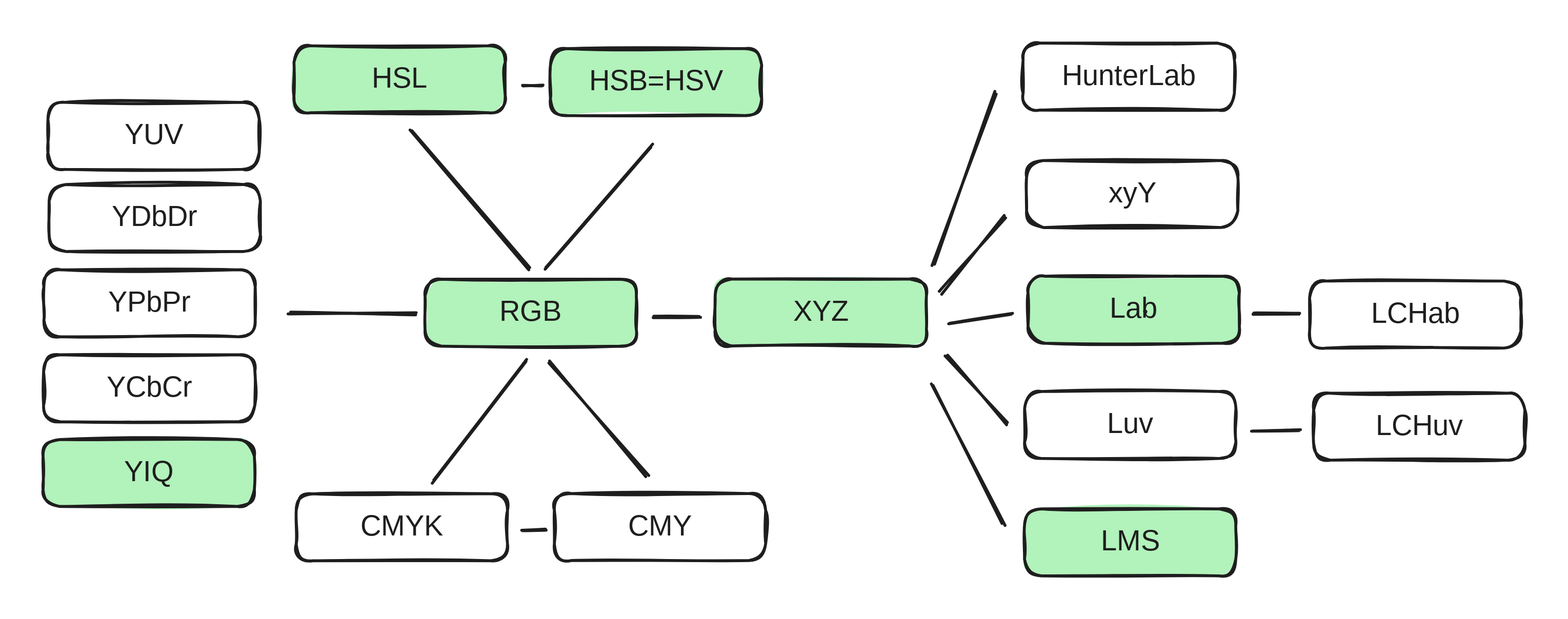
This is .gitbook/assets/file.excalidraw.svg from CharlesShan-hub/PKM-BOOK, a Excalidraw export, as it was before one commit. Source tidied: one line per element, renumbered; positions are measured from the earlier drawing's top-left corner, leaving out a move shared by most shapes.
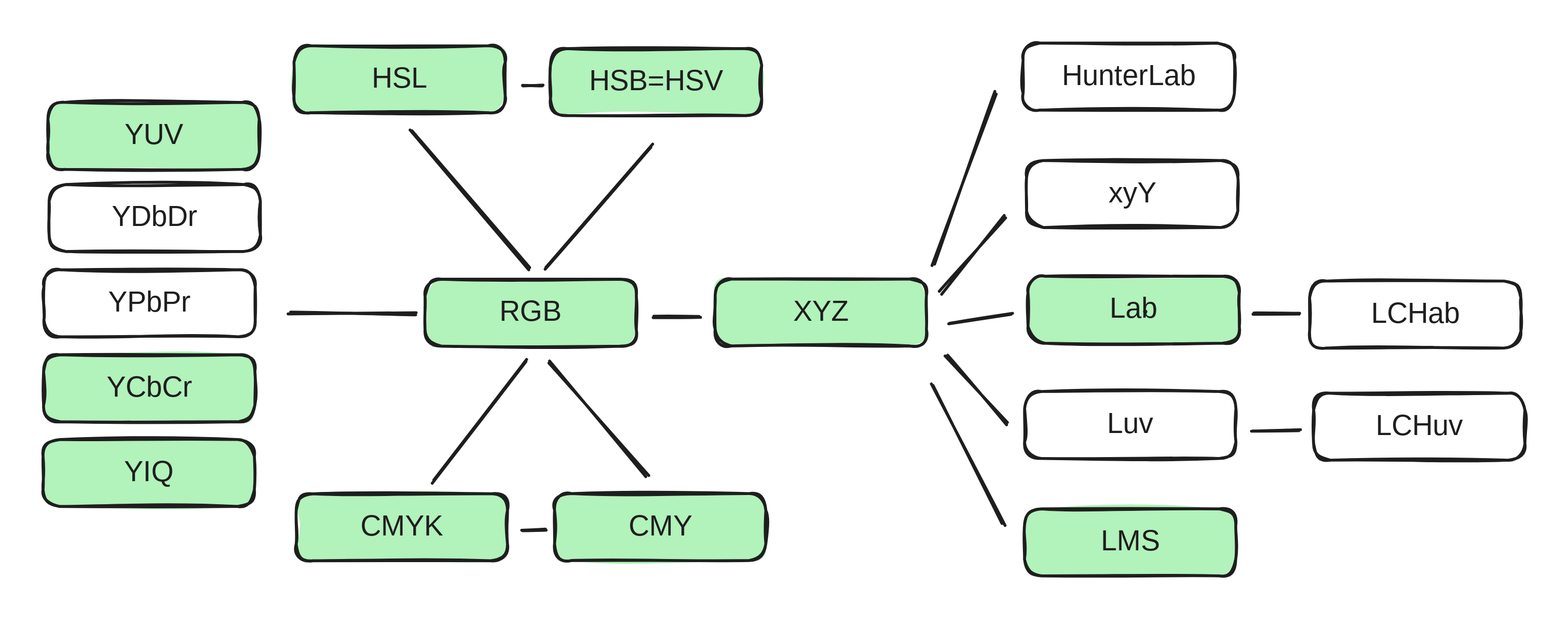
Later version of the same file.

The edit, as a diff of the source:
```diff
@@ -21,20 +21,20 @@
 {"id": 20, "type": "text", "text": "HSB=HSV", "strokeColor": "#1e1e1e", "strokeWidth": 2, "roughness": 1, "fontSize": 20, "fontFamily": 1, "textAlign": "center", "verticalAlign": "middle", "inside": 19, "x": 385, "y": 15, "width": 84, "height": 25}
 {"id": 21, "type": "rectangle", "strokeColor": "#1e1e1e", "backgroundColor": "#b2f2bb", "fillStyle": "solid", "strokeWidth": 2, "roughness": 1, "round": true, "x": 175, "y": 2, "width": 147, "height": 47}
 {"id": 22, "type": "text", "text": "HSL", "strokeColor": "#1e1e1e", "strokeWidth": 2, "roughness": 1, "fontSize": 20, "fontFamily": 1, "textAlign": "center", "verticalAlign": "middle", "inside": 21, "x": 231, "y": 13, "width": 35, "height": 25}
-{"id": 23, "type": "rectangle", "strokeColor": "#1e1e1e", "strokeWidth": 2, "roughness": 1, "round": true, "x": 3, "y": 41, "width": 147, "height": 47}
+{"id": 23, "type": "rectangle", "strokeColor": "#1e1e1e", "backgroundColor": "#b2f2bb", "fillStyle": "solid", "strokeWidth": 2, "roughness": 1, "round": true, "x": 3, "y": 41, "width": 147, "height": 47}
 {"id": 24, "type": "text", "text": "YUV", "strokeColor": "#1e1e1e", "strokeWidth": 2, "roughness": 1, "fontSize": 20, "fontFamily": 1, "textAlign": "center", "verticalAlign": "middle", "inside": 23, "x": 59, "y": 52, "width": 35, "height": 25}
 {"id": 25, "type": "rectangle", "strokeColor": "#1e1e1e", "strokeWidth": 2, "roughness": 1, "round": true, "x": 4, "y": 99, "width": 147, "height": 47}
 {"id": 26, "type": "text", "text": "YDbDr", "strokeColor": "#1e1e1e", "strokeWidth": 2, "roughness": 1, "fontSize": 20, "fontFamily": 1, "textAlign": "center", "verticalAlign": "middle", "inside": 25, "x": 48, "y": 109, "width": 60, "height": 25}
 {"id": 27, "type": "rectangle", "strokeColor": "#1e1e1e", "strokeWidth": 2, "roughness": 1, "round": true, "x": 1, "y": 158, "width": 147, "height": 47}
 {"id": 28, "type": "text", "text": "YPbPr", "strokeColor": "#1e1e1e", "strokeWidth": 2, "roughness": 1, "fontSize": 20, "fontFamily": 1, "textAlign": "center", "verticalAlign": "middle", "inside": 27, "x": 46, "y": 169, "width": 56, "height": 25}
-{"id": 29, "type": "rectangle", "strokeColor": "#1e1e1e", "strokeWidth": 2, "roughness": 1, "round": true, "x": 0, "y": 217, "width": 147, "height": 47}
+{"id": 29, "type": "rectangle", "strokeColor": "#1e1e1e", "backgroundColor": "#b2f2bb", "fillStyle": "solid", "strokeWidth": 2, "roughness": 1, "round": true, "x": 0, "y": 217, "width": 147, "height": 47}
 {"id": 30, "type": "text", "text": "YCbCr", "strokeColor": "#1e1e1e", "strokeWidth": 2, "roughness": 1, "fontSize": 20, "fontFamily": 1, "textAlign": "center", "verticalAlign": "middle", "inside": 29, "x": 47, "y": 228, "width": 55, "height": 25}
 {"id": 31, "type": "rectangle", "strokeColor": "#1e1e1e", "backgroundColor": "#b2f2bb", "fillStyle": "solid", "strokeWidth": 2, "roughness": 1, "round": true, "x": 0, "y": 276, "width": 147, "height": 47}
 {"id": 32, "type": "text", "text": "YIQ", "strokeColor": "#1e1e1e", "strokeWidth": 2, "roughness": 1, "fontSize": 20, "fontFamily": 1, "textAlign": "center", "verticalAlign": "middle", "inside": 31, "x": 56, "y": 287, "width": 35, "height": 25}
-{"id": 33, "type": "rectangle", "strokeColor": "#1e1e1e", "strokeWidth": 2, "roughness": 1, "round": true, "x": 176, "y": 314, "width": 147, "height": 47}
+{"id": 33, "type": "rectangle", "strokeColor": "#1e1e1e", "backgroundColor": "#b2f2bb", "fillStyle": "solid", "strokeWidth": 2, "roughness": 1, "round": true, "x": 176, "y": 314, "width": 147, "height": 47}
 {"id": 34, "type": "text", "text": "CMYK", "strokeColor": "#1e1e1e", "strokeWidth": 2, "roughness": 1, "fontSize": 20, "fontFamily": 1, "textAlign": "center", "verticalAlign": "middle", "inside": 33, "x": 224, "y": 325, "width": 51, "height": 25}
-{"id": 35, "type": "rectangle", "strokeColor": "#1e1e1e", "strokeWidth": 2, "roughness": 1, "round": true, "x": 356, "y": 314, "width": 147, "height": 47}
+{"id": 35, "type": "rectangle", "strokeColor": "#1e1e1e", "backgroundColor": "#b2f2bb", "fillStyle": "solid", "strokeWidth": 2, "roughness": 1, "round": true, "x": 356, "y": 314, "width": 147, "height": 47}
-{"id": 36, "type": "text", "text": "CMY", "strokeColor": "#1e1e1e", "strokeWidth": 2, "roughness": 1, "fontSize": 20, "fontFamily": 1, "textAlign": "center", "verticalAlign": "middle", "inside": 35, "x": 410, "y": 325, "width": 39, "height": 25}
+{"id": 36, "type": "text", "text": "CMY", "strokeColor": "#1e1e1e", "strokeWidth": 2, "roughness": 1, "fontSize": 20, "fontFamily": 1, "textAlign": "center", "verticalAlign": "middle", "inside": 35, "x": 411, "y": 325, "width": 39, "height": 25}
 {"id": 37, "type": "line", "strokeColor": "#1e1e1e", "strokeWidth": 2, "roughness": 1, "round": true, "x": 843, "y": 189, "width": 32, "height": 0, "points": [[0, 0], [32, 0]]}
 {"id": 38, "type": "line", "strokeColor": "#1e1e1e", "strokeWidth": 2, "roughness": 1, "round": true, "x": 842, "y": 270, "width": 33, "height": 0, "points": [[0, 0], [33, 0]]}
 {"id": 39, "type": "line", "strokeColor": "#1e1e1e", "strokeWidth": 2, "roughness": 1, "round": true, "x": 620, "y": 155, "width": 44, "height": 120, "points": [[0, 0], [44, -120]]}
```
